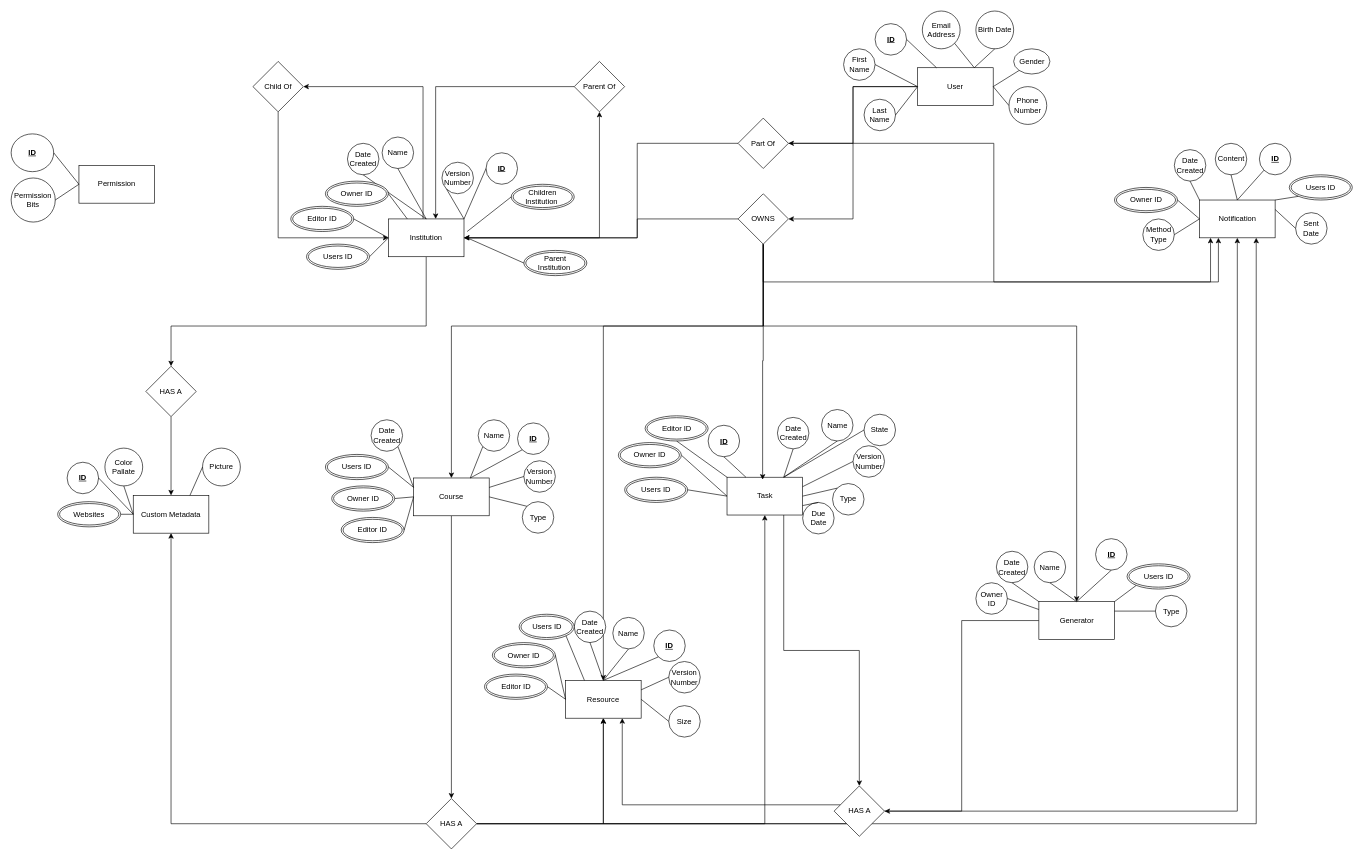
Earlier version of the draw.io diagram diagrams/db/DatabaseER.drawio (Apollo-LW/Apollo-LW). Source tidied: cells renumbered, new cells numbered last; positions are measured from the earlier drawing's top-left corner, leaving out a move shared by most shapes. Both pictures are drawn from the tidied source at 63%, with x=0, y=0 at pixel (11, 11).
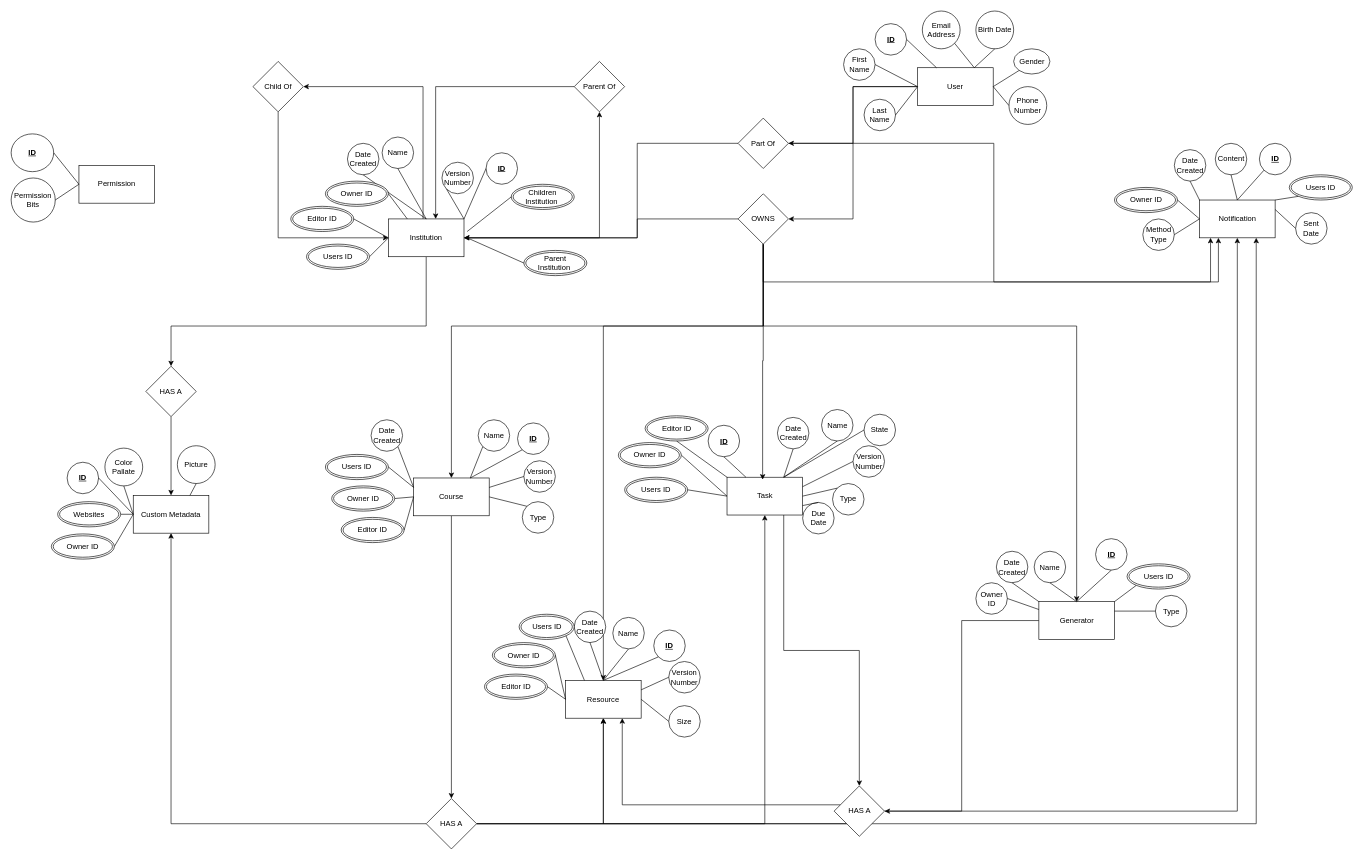
Above is the later version.

Commit message:
Add owner ID list for the metadata model

Unchanged cells that the change refers to:
```xml
<mxCell id="84" value="Custom Metadata" style="rounded=0;whiteSpace=wrap;html=1;" parent="1" vertex="1">
  <mxGeometry x="194" y="768.8" width="120" height="60" as="geometry" />
</mxCell>
```

The edit, as a diff of the source:
```diff
@@
     <mxCell id="87" value="Picture" style="ellipse;whiteSpace=wrap;html=1;" parent="1" vertex="1">
-      <mxGeometry x="304" y="693.8" width="60" height="60" as="geometry" />
+      <mxGeometry x="264" y="690" width="60" height="60" as="geometry" />
     </mxCell>
@@
-    <mxCell id="91" style="endArrow=none;html=1;rounded=0;entryX=0.75;entryY=0;entryDx=0;entryDy=0;exitX=0;exitY=0.5;exitDx=0;exitDy=0;" parent="1" edge="1" source="87" target="84">
+    <mxCell id="91" style="endArrow=none;html=1;rounded=0;entryX=0.75;entryY=0;entryDx=0;entryDy=0;exitX=0.5;exitY=1;exitDx=0;exitDy=0;" parent="1" edge="1" source="87" target="84">
       <mxGeometry relative="1" as="geometry" />
     </mxCell>
@@
+    <mxCell id="166" value="Owner ID" style="ellipse;shape=doubleEllipse;margin=3;whiteSpace=wrap;html=1;align=center;" parent="1" vertex="1">
+      <mxGeometry x="64" y="830" width="100" height="40" as="geometry" />
+    </mxCell>
+    <mxCell id="167" style="endArrow=none;html=1;rounded=0;entryX=0;entryY=0.5;entryDx=0;entryDy=0;exitX=1;exitY=0.5;exitDx=0;exitDy=0;" parent="1" edge="1" source="166" target="84">
+      <mxGeometry relative="1" as="geometry" />
+    </mxCell>
```
